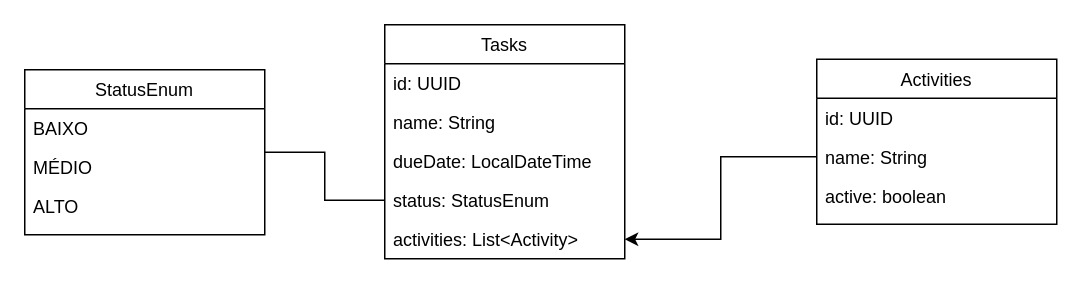
rodrigoge/tarefei keeps this draw.io diagram as docs/tarefei.drawio. Above is the earlier version. Source tidied: cells renumbered, new cells numbered last; positions are measured from the earlier drawing's top-left corner, leaving out a move shared by most shapes. Both pictures are drawn from the tidied source at 150%, with x=0, y=0 at pixel (24, 24).
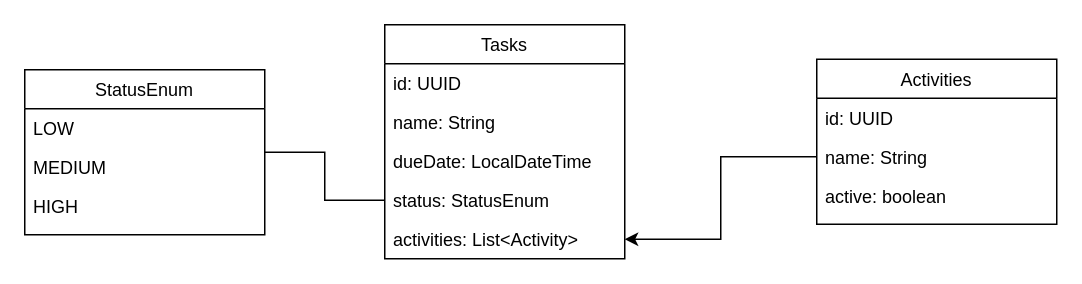
After the change.

The edit, as a diff of the source:
```diff
@@
 <mxGraphModel>
   <root>
     <mxCell id="0" />
     <mxCell id="1" parent="0" />
     <mxCell id="2" value="Tasks" style="swimlane;fontStyle=0;align=center;verticalAlign=top;horizontal=1;startSize=26;rounded=0;shadow=0;strokeWidth=1;" parent="1" vertex="1">
       <mxGeometry x="240" width="160" height="156" as="geometry" />
     </mxCell>
     <mxCell id="3" value="id: UUID" style="text;align=left;verticalAlign=top;spacingLeft=4;spacingRight=4;overflow=hidden;" parent="2" vertex="1">
       <mxGeometry y="26" width="160" height="26" as="geometry" />
     </mxCell>
     <mxCell id="4" value="name: String" style="text;align=left;verticalAlign=top;spacingLeft=4;spacingRight=4;overflow=hidden;rounded=0;shadow=0;html=0;" parent="2" vertex="1">
       <mxGeometry y="52" width="160" height="26" as="geometry" />
     </mxCell>
     <mxCell id="5" value="dueDate: LocalDateTime" style="text;align=left;verticalAlign=top;spacingLeft=4;spacingRight=4;overflow=hidden;rounded=0;shadow=0;html=0;" parent="2" vertex="1">
       <mxGeometry y="78" width="160" height="26" as="geometry" />
     </mxCell>
     <mxCell id="6" value="status: StatusEnum" style="text;align=left;verticalAlign=top;spacingLeft=4;spacingRight=4;overflow=hidden;points=[[0,0.5],[1,0.5]];portConstraint=eastwest;rounded=0;shadow=0;html=0;" parent="2" vertex="1">
       <mxGeometry y="104" width="160" height="26" as="geometry" />
     </mxCell>
     <mxCell id="7" value="activities: List&lt;Activity&gt;" style="text;align=left;verticalAlign=top;spacingLeft=4;spacingRight=4;overflow=hidden;points=[[0,0.5],[1,0.5]];portConstraint=eastwest;rounded=0;shadow=0;html=0;" parent="2" vertex="1">
       <mxGeometry y="130" width="160" height="26" as="geometry" />
     </mxCell>
     <mxCell id="8" value="Activities" style="swimlane;fontStyle=0;align=center;verticalAlign=top;horizontal=1;startSize=26;rounded=0;shadow=0;strokeWidth=1;" parent="1" vertex="1">
       <mxGeometry x="528" y="23" width="160" height="110" as="geometry" />
     </mxCell>
     <mxCell id="9" value="id: UUID" style="text;align=left;verticalAlign=top;spacingLeft=4;spacingRight=4;overflow=hidden;" parent="8" vertex="1">
       <mxGeometry y="26" width="160" height="26" as="geometry" />
     </mxCell>
     <mxCell id="10" value="name: String" style="text;align=left;verticalAlign=top;spacingLeft=4;spacingRight=4;overflow=hidden;points=[[0,0.5],[1,0.5]];portConstraint=eastwest;rounded=0;shadow=0;html=0;" parent="8" vertex="1">
       <mxGeometry y="52" width="160" height="26" as="geometry" />
     </mxCell>
     <mxCell id="11" value="active: boolean" style="text;align=left;verticalAlign=top;spacingLeft=4;spacingRight=4;overflow=hidden;rounded=0;shadow=0;html=0;" parent="8" vertex="1">
       <mxGeometry y="78" width="160" height="26" as="geometry" />
     </mxCell>
     <mxCell id="12" style="edgeStyle=orthogonalEdgeStyle;rounded=0;jettySize=auto;html=1;endArrow=none;startFill=0;" parent="1" edge="1" source="13" target="6">
       <mxGeometry relative="1" as="geometry" />
     </mxCell>
     <mxCell id="13" value="StatusEnum" style="swimlane;fontStyle=0;align=center;verticalAlign=top;horizontal=1;startSize=26;rounded=0;shadow=0;strokeWidth=1;" parent="1" vertex="1">
       <mxGeometry y="30" width="160" height="110" as="geometry" />
     </mxCell>
-    <mxCell id="14" value="BAIXO" style="text;align=left;verticalAlign=top;spacingLeft=4;spacingRight=4;overflow=hidden;rounded=0;shadow=0;html=0;" parent="13" vertex="1">
+    <mxCell id="14" value="LOW" style="text;align=left;verticalAlign=top;spacingLeft=4;spacingRight=4;overflow=hidden;rounded=0;shadow=0;html=0;" parent="13" vertex="1">
       <mxGeometry y="26" width="160" height="26" as="geometry" />
     </mxCell>
-    <mxCell id="15" value="MÉDIO" style="text;align=left;verticalAlign=top;spacingLeft=4;spacingRight=4;overflow=hidden;rounded=0;shadow=0;html=0;" parent="13" vertex="1">
+    <mxCell id="15" value="MEDIUM" style="text;align=left;verticalAlign=top;spacingLeft=4;spacingRight=4;overflow=hidden;rounded=0;shadow=0;html=0;" parent="13" vertex="1">
       <mxGeometry y="52" width="160" height="26" as="geometry" />
     </mxCell>
-    <mxCell id="16" value="ALTO" style="text;align=left;verticalAlign=top;spacingLeft=4;spacingRight=4;overflow=hidden;rounded=0;shadow=0;html=0;" parent="13" vertex="1">
+    <mxCell id="16" value="HIGH" style="text;align=left;verticalAlign=top;spacingLeft=4;spacingRight=4;overflow=hidden;rounded=0;shadow=0;html=0;" parent="13" vertex="1">
       <mxGeometry y="78" width="160" height="26" as="geometry" />
     </mxCell>
     <mxCell id="17" style="edgeStyle=orthogonalEdgeStyle;rounded=0;jettySize=auto;html=1;exitX=0;exitY=0.5;exitDx=0;exitDy=0;" parent="1" edge="1" source="10" target="7">
       <mxGeometry relative="1" as="geometry" />
     </mxCell>
   </root>
 </mxGraphModel>
```
